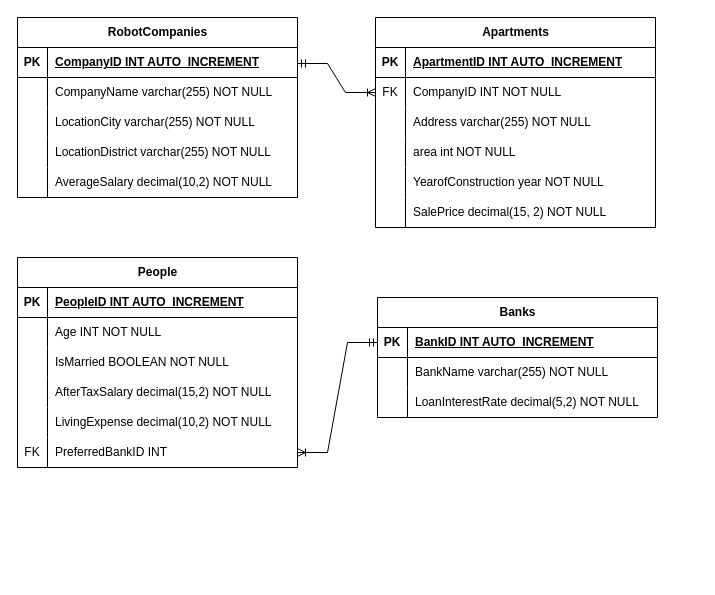
The draw.io diagram Home Sweet Home_new.drawio in Jubin-Kang/eda_team_project_hsh, before the edit. Source tidied: cells renumbered, new cells numbered last; positions are measured from the earlier drawing's top-left corner, leaving out a move shared by most shapes. Both pictures are drawn from the tidied source at 100%, with x=0, y=0 at pixel (17, 17).
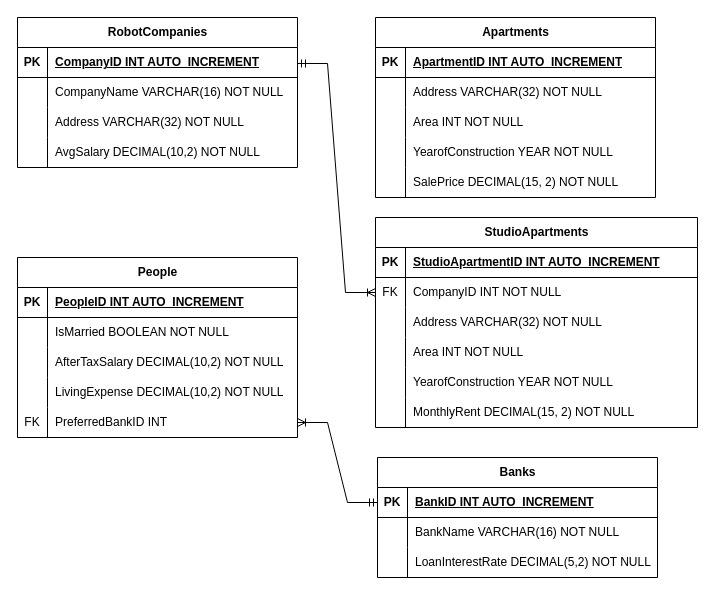
Above is the later version.

The change refers to these unchanged cells:
```xml
<mxCell id="6" style="shape=tableRow;horizontal=0;startSize=0;swimlaneHead=0;swimlaneBody=0;fillColor=none;top=0;left=0;right=0;bottom=0;" parent="2" vertex="1">
  <mxGeometry y="60" width="280" height="30" as="geometry" />
</mxCell>
<mxCell id="9" style="shape=tableRow;horizontal=0;startSize=0;swimlaneHead=0;swimlaneBody=0;fillColor=none;top=0;left=0;right=0;bottom=0;" parent="2" vertex="1">
  <mxGeometry y="90" width="280" height="30" as="geometry" />
</mxCell>
<mxCell id="61" style="shape=tableRow;horizontal=0;startSize=0;swimlaneHead=0;swimlaneBody=0;fillColor=none;top=0;left=0;right=0;bottom=0;" parent="57" vertex="1">
  <mxGeometry y="60" width="280" height="30" as="geometry" />
</mxCell>
<mxCell id="64" style="shape=tableRow;horizontal=0;startSize=0;swimlaneHead=0;swimlaneBody=0;fillColor=none;top=0;left=0;right=0;bottom=0;" parent="57" vertex="1">
  <mxGeometry y="90" width="280" height="30" as="geometry" />
</mxCell>
```

Diff of the diagram source:
```diff
@@
     <mxCell id="2" value="RobotCompanies" style="shape=table;startSize=30;childLayout=tableLayout;rowLines=0;fontStyle=1;align=center;html=1;" parent="1" vertex="1">
-      <mxGeometry width="280" height="180" as="geometry" />
+      <mxGeometry width="280" height="150" as="geometry" />
     </mxCell>
@@
-    <mxCell id="8" value="CompanyName varchar(255) NOT NULL" style="shape=partialRectangle;fillColor=none;top=0;left=0;bottom=0;right=0;align=left;spacingLeft=6;overflow=hidden;whiteSpace=wrap;html=1;" parent="6" vertex="1">
+    <mxCell id="8" value="CompanyName VARCHAR(16) NOT NULL" style="shape=partialRectangle;fillColor=none;top=0;left=0;bottom=0;right=0;align=left;spacingLeft=6;overflow=hidden;whiteSpace=wrap;html=1;" parent="6" vertex="1">
       <mxGeometry x="30" width="250" height="30" as="geometry" />
     </mxCell>
@@
-    <mxCell id="11" value="LocationCity varchar(255) NOT NULL" style="shape=partialRectangle;fillColor=none;top=0;left=0;bottom=0;right=0;align=left;spacingLeft=6;overflow=hidden;whiteSpace=wrap;html=1;" parent="9" vertex="1">
+    <mxCell id="11" value="Address VARCHAR(32) NOT NULL" style="shape=partialRectangle;fillColor=none;top=0;left=0;bottom=0;right=0;align=left;spacingLeft=6;overflow=hidden;whiteSpace=wrap;html=1;" parent="9" vertex="1">
       <mxGeometry x="30" width="250" height="30" as="geometry" />
     </mxCell>
-    <mxCell id="12" style="shape=tableRow;horizontal=0;startSize=0;swimlaneHead=0;swimlaneBody=0;fillColor=none;top=0;left=0;right=0;bottom=0;" parent="2" vertex="1">
-      <mxGeometry y="120" width="280" height="30" as="geometry" />
-    </mxCell>
-    <mxCell id="13" style="shape=partialRectangle;fillColor=none;top=0;left=0;bottom=0;right=0;overflow=hidden;whiteSpace=wrap;html=1;" parent="12" vertex="1">
-      <mxGeometry width="30" height="30" as="geometry" />
-    </mxCell>
-    <mxCell id="14" value="LocationDistrict varchar(255) NOT NULL" style="shape=partialRectangle;fillColor=none;top=0;left=0;bottom=0;right=0;align=left;spacingLeft=6;overflow=hidden;whiteSpace=wrap;html=1;" parent="12" vertex="1">
-      <mxGeometry x="30" width="250" height="30" as="geometry" />
-    </mxCell>
     <mxCell id="15" style="shape=tableRow;horizontal=0;startSize=0;swimlaneHead=0;swimlaneBody=0;fillColor=none;top=0;left=0;right=0;bottom=0;" parent="2" vertex="1">
-      <mxGeometry y="150" width="280" height="30" as="geometry" />
+      <mxGeometry y="120" width="280" height="30" as="geometry" />
     </mxCell>
@@
-    <mxCell id="17" value="AverageSalary decimal(10,2) NOT NULL" style="shape=partialRectangle;fillColor=none;top=0;left=0;bottom=0;right=0;align=left;spacingLeft=6;overflow=hidden;whiteSpace=wrap;html=1;" parent="15" vertex="1">
+    <mxCell id="17" value="AvgSalary DECIMAL(10,2) NOT NULL" style="shape=partialRectangle;fillColor=none;top=0;left=0;bottom=0;right=0;align=left;spacingLeft=6;overflow=hidden;whiteSpace=wrap;html=1;" parent="15" vertex="1">
       <mxGeometry x="30" width="250" height="30" as="geometry" />
     </mxCell>
     <mxCell id="18" value="Apartments" style="shape=table;startSize=30;childLayout=tableLayout;rowLines=0;fontStyle=1;align=center;html=1;" parent="1" vertex="1">
-      <mxGeometry x="358" width="280" height="210" as="geometry" />
+      <mxGeometry x="358" width="280" height="180" as="geometry" />
     </mxCell>
@@
-    <mxCell id="22" style="shape=tableRow;horizontal=0;startSize=0;swimlaneHead=0;swimlaneBody=0;fillColor=none;points=[[0,0.5],[1,0.5]];portConstraint=eastwest;top=0;left=0;right=0;bottom=0;" parent="18" vertex="1">
-      <mxGeometry y="60" width="280" height="30" as="geometry" />
-    </mxCell>
-    <mxCell id="23" value="FK" style="shape=partialRectangle;fillColor=none;top=0;left=0;bottom=0;right=0;overflow=hidden;whiteSpace=wrap;html=1;" parent="22" vertex="1">
-      <mxGeometry width="30" height="30" as="geometry" />
-    </mxCell>
-    <mxCell id="24" value="CompanyID INT NOT NULL" style="shape=partialRectangle;fillColor=none;top=0;left=0;bottom=0;right=0;align=left;spacingLeft=6;overflow=hidden;whiteSpace=wrap;html=1;" parent="22" vertex="1">
-      <mxGeometry x="30" width="250" height="30" as="geometry" />
-    </mxCell>
     <mxCell id="25" style="shape=tableRow;horizontal=0;startSize=0;swimlaneHead=0;swimlaneBody=0;fillColor=none;top=0;left=0;right=0;bottom=0;" parent="18" vertex="1">
-      <mxGeometry y="90" width="280" height="30" as="geometry" />
+      <mxGeometry y="60" width="280" height="30" as="geometry" />
     </mxCell>
@@
-    <mxCell id="27" value="Address varchar(255) NOT NULL" style="shape=partialRectangle;fillColor=none;top=0;left=0;bottom=0;right=0;align=left;spacingLeft=6;overflow=hidden;whiteSpace=wrap;html=1;" parent="25" vertex="1">
+    <mxCell id="27" value="Address VARCHAR(32) NOT NULL" style="shape=partialRectangle;fillColor=none;top=0;left=0;bottom=0;right=0;align=left;spacingLeft=6;overflow=hidden;whiteSpace=wrap;html=1;" parent="25" vertex="1">
       <mxGeometry x="30" width="250" height="30" as="geometry" />
     </mxCell>
     <mxCell id="28" style="shape=tableRow;horizontal=0;startSize=0;swimlaneHead=0;swimlaneBody=0;fillColor=none;top=0;left=0;right=0;bottom=0;" parent="18" vertex="1">
-      <mxGeometry y="120" width="280" height="30" as="geometry" />
+      <mxGeometry y="90" width="280" height="30" as="geometry" />
     </mxCell>
@@
-    <mxCell id="30" value="area int NOT NULL" style="shape=partialRectangle;fillColor=none;top=0;left=0;bottom=0;right=0;align=left;spacingLeft=6;overflow=hidden;whiteSpace=wrap;html=1;" parent="28" vertex="1">
+    <mxCell id="30" value="Area INT NOT NULL" style="shape=partialRectangle;fillColor=none;top=0;left=0;bottom=0;right=0;align=left;spacingLeft=6;overflow=hidden;whiteSpace=wrap;html=1;" parent="28" vertex="1">
       <mxGeometry x="30" width="250" height="30" as="geometry" />
     </mxCell>
     <mxCell id="31" style="shape=tableRow;horizontal=0;startSize=0;swimlaneHead=0;swimlaneBody=0;fillColor=none;top=0;left=0;right=0;bottom=0;" parent="18" vertex="1">
-      <mxGeometry y="150" width="280" height="30" as="geometry" />
+      <mxGeometry y="120" width="280" height="30" as="geometry" />
     </mxCell>
@@
-    <mxCell id="33" value="YearofConstruction year NOT NULL" style="shape=partialRectangle;fillColor=none;top=0;left=0;bottom=0;right=0;align=left;spacingLeft=6;overflow=hidden;whiteSpace=wrap;html=1;" parent="31" vertex="1">
+    <mxCell id="33" value="YearofConstruction YEAR NOT NULL" style="shape=partialRectangle;fillColor=none;top=0;left=0;bottom=0;right=0;align=left;spacingLeft=6;overflow=hidden;whiteSpace=wrap;html=1;" parent="31" vertex="1">
       <mxGeometry x="30" width="250" height="30" as="geometry" />
     </mxCell>
     <mxCell id="34" style="shape=tableRow;horizontal=0;startSize=0;swimlaneHead=0;swimlaneBody=0;fillColor=none;top=0;left=0;right=0;bottom=0;" parent="18" vertex="1">
-      <mxGeometry y="180" width="280" height="30" as="geometry" />
+      <mxGeometry y="150" width="280" height="30" as="geometry" />
     </mxCell>
@@
-    <mxCell id="36" value="SalePrice decimal(15, 2) NOT NULL" style="shape=partialRectangle;fillColor=none;top=0;left=0;bottom=0;right=0;align=left;spacingLeft=6;overflow=hidden;whiteSpace=wrap;html=1;" parent="34" vertex="1">
+    <mxCell id="36" value="SalePrice DECIMAL(15, 2) NOT NULL" style="shape=partialRectangle;fillColor=none;top=0;left=0;bottom=0;right=0;align=left;spacingLeft=6;overflow=hidden;whiteSpace=wrap;html=1;" parent="34" vertex="1">
       <mxGeometry x="30" width="250" height="30" as="geometry" />
     </mxCell>
-    <mxCell id="37" style="edgeStyle=entityRelationEdgeStyle;fontSize=12;html=1;endArrow=ERoneToMany;startArrow=ERmandOne;rounded=0;exitX=1;exitY=0.5;exitDx=0;exitDy=0;entryX=0;entryY=0.5;entryDx=0;entryDy=0;" parent="1" edge="1" target="22">
+    <mxCell id="37" style="edgeStyle=entityRelationEdgeStyle;fontSize=12;html=1;endArrow=ERoneToMany;startArrow=ERmandOne;rounded=0;exitX=1;exitY=0.5;exitDx=0;exitDy=0;entryX=0;entryY=0.5;entryDx=0;entryDy=0;" parent="1" edge="1" target="72">
       <mxGeometry relative="1" as="geometry">
         <mxPoint x="280" y="46" as="sourcePoint" />
         <Array as="points">
           <mxPoint x="290" y="46" />
           <mxPoint x="290" y="56" />
         </Array>
       </mxGeometry>
     </mxCell>
     <mxCell id="38" value="People" style="shape=table;startSize=30;childLayout=tableLayout;rowLines=0;fontStyle=1;align=center;html=1;" parent="1" vertex="1">
-      <mxGeometry y="240" width="280" height="210" as="geometry" />
+      <mxGeometry y="240" width="280" height="180" as="geometry" />
     </mxCell>
@@
-    <mxCell id="42" style="shape=tableRow;horizontal=0;startSize=0;swimlaneHead=0;swimlaneBody=0;fillColor=none;top=0;left=0;right=0;bottom=0;" parent="38" vertex="1">
-      <mxGeometry y="60" width="280" height="30" as="geometry" />
-    </mxCell>
-    <mxCell id="43" style="shape=partialRectangle;fillColor=none;top=0;left=0;bottom=0;right=0;overflow=hidden;whiteSpace=wrap;html=1;" parent="42" vertex="1">
-      <mxGeometry width="30" height="30" as="geometry" />
-    </mxCell>
-    <mxCell id="44" value="Age INT NOT NULL" style="shape=partialRectangle;fillColor=none;top=0;left=0;bottom=0;right=0;align=left;spacingLeft=6;overflow=hidden;whiteSpace=wrap;html=1;" parent="42" vertex="1">
-      <mxGeometry x="30" width="250" height="30" as="geometry" />
-    </mxCell>
     <mxCell id="45" style="shape=tableRow;horizontal=0;startSize=0;swimlaneHead=0;swimlaneBody=0;fillColor=none;top=0;left=0;right=0;bottom=0;" parent="38" vertex="1">
-      <mxGeometry y="90" width="280" height="30" as="geometry" />
+      <mxGeometry y="60" width="280" height="30" as="geometry" />
     </mxCell>
@@
     <mxCell id="48" style="shape=tableRow;horizontal=0;startSize=0;swimlaneHead=0;swimlaneBody=0;fillColor=none;top=0;left=0;right=0;bottom=0;" parent="38" vertex="1">
-      <mxGeometry y="120" width="280" height="30" as="geometry" />
+      <mxGeometry y="90" width="280" height="30" as="geometry" />
     </mxCell>
@@
-    <mxCell id="50" value="AfterTaxSalary decimal(15,2) NOT NULL" style="shape=partialRectangle;fillColor=none;top=0;left=0;bottom=0;right=0;align=left;spacingLeft=6;overflow=hidden;whiteSpace=wrap;html=1;" parent="48" vertex="1">
+    <mxCell id="50" value="AfterTaxSalary DECIMAL(10,2) NOT NULL" style="shape=partialRectangle;fillColor=none;top=0;left=0;bottom=0;right=0;align=left;spacingLeft=6;overflow=hidden;whiteSpace=wrap;html=1;" parent="48" vertex="1">
       <mxGeometry x="30" width="250" height="30" as="geometry" />
     </mxCell>
     <mxCell id="51" style="shape=tableRow;horizontal=0;startSize=0;swimlaneHead=0;swimlaneBody=0;fillColor=none;top=0;left=0;right=0;bottom=0;" parent="38" vertex="1">
-      <mxGeometry y="150" width="280" height="30" as="geometry" />
+      <mxGeometry y="120" width="280" height="30" as="geometry" />
     </mxCell>
@@
-    <mxCell id="53" value="LivingExpense decimal(10,2) NOT NULL" style="shape=partialRectangle;fillColor=none;top=0;left=0;bottom=0;right=0;align=left;spacingLeft=6;overflow=hidden;whiteSpace=wrap;html=1;" parent="51" vertex="1">
+    <mxCell id="53" value="LivingExpense DECIMAL(10,2) NOT NULL" style="shape=partialRectangle;fillColor=none;top=0;left=0;bottom=0;right=0;align=left;spacingLeft=6;overflow=hidden;whiteSpace=wrap;html=1;" parent="51" vertex="1">
       <mxGeometry x="30" width="250" height="30" as="geometry" />
     </mxCell>
     <mxCell id="54" style="shape=tableRow;horizontal=0;startSize=0;swimlaneHead=0;swimlaneBody=0;fillColor=none;points=[[0,0.5],[1,0.5]];portConstraint=eastwest;top=0;left=0;right=0;bottom=0;" parent="38" vertex="1">
-      <mxGeometry y="180" width="280" height="30" as="geometry" />
+      <mxGeometry y="150" width="280" height="30" as="geometry" />
     </mxCell>
@@
     <mxCell id="57" value="Banks" style="shape=table;startSize=30;childLayout=tableLayout;rowLines=0;fontStyle=1;align=center;html=1;" parent="1" vertex="1">
-      <mxGeometry x="360" y="280" width="280" height="120" as="geometry" />
+      <mxGeometry x="360" y="440" width="280" height="120" as="geometry" />
     </mxCell>
@@
-    <mxCell id="63" value="BankName varchar(255) NOT NULL" style="shape=partialRectangle;fillColor=none;top=0;left=0;bottom=0;right=0;align=left;spacingLeft=6;overflow=hidden;whiteSpace=wrap;html=1;" parent="61" vertex="1">
+    <mxCell id="63" value="BankName VARCHAR(16) NOT NULL" style="shape=partialRectangle;fillColor=none;top=0;left=0;bottom=0;right=0;align=left;spacingLeft=6;overflow=hidden;whiteSpace=wrap;html=1;" parent="61" vertex="1">
       <mxGeometry x="30" width="250" height="30" as="geometry" />
     </mxCell>
@@
-    <mxCell id="66" value="LoanInterestRate decimal(5,2) NOT NULL" style="shape=partialRectangle;fillColor=none;top=0;left=0;bottom=0;right=0;align=left;spacingLeft=6;overflow=hidden;whiteSpace=wrap;html=1;" parent="64" vertex="1">
+    <mxCell id="66" value="LoanInterestRate DECIMAL(5,2) NOT NULL" style="shape=partialRectangle;fillColor=none;top=0;left=0;bottom=0;right=0;align=left;spacingLeft=6;overflow=hidden;whiteSpace=wrap;html=1;" parent="64" vertex="1">
       <mxGeometry x="30" width="250" height="30" as="geometry" />
     </mxCell>
@@
+    <mxCell id="68" value="StudioApartments" style="shape=table;startSize=30;childLayout=tableLayout;rowLines=0;fontStyle=1;align=center;html=1;" parent="1" vertex="1">
+      <mxGeometry x="358" y="200" width="322" height="210" as="geometry" />
+    </mxCell>
+    <mxCell id="69" style="shape=tableRow;horizontal=0;startSize=0;swimlaneHead=0;swimlaneBody=0;fillColor=none;top=0;left=0;right=0;bottom=1;" parent="68" vertex="1">
+      <mxGeometry y="30" width="322" height="30" as="geometry" />
+    </mxCell>
+    <mxCell id="70" value="PK" style="shape=partialRectangle;fillColor=none;top=0;left=0;bottom=0;right=0;fontStyle=1;overflow=hidden;whiteSpace=wrap;html=1;" parent="69" vertex="1">
+      <mxGeometry width="30" height="30" as="geometry" />
+    </mxCell>
+    <mxCell id="71" value="StudioApartmentID INT AUTO_INCREMENT" style="shape=partialRectangle;fillColor=none;top=0;left=0;bottom=0;right=0;align=left;spacingLeft=6;fontStyle=5;overflow=hidden;whiteSpace=wrap;html=1;" parent="69" vertex="1">
+      <mxGeometry x="30" width="292" height="30" as="geometry" />
+    </mxCell>
+    <mxCell id="72" style="shape=tableRow;horizontal=0;startSize=0;swimlaneHead=0;swimlaneBody=0;fillColor=none;points=[[0,0.5],[1,0.5]];portConstraint=eastwest;top=0;left=0;right=0;bottom=0;" parent="68" vertex="1">
+      <mxGeometry y="60" width="322" height="30" as="geometry" />
+    </mxCell>
+    <mxCell id="23" value="FK" style="shape=partialRectangle;fillColor=none;top=0;left=0;bottom=0;right=0;overflow=hidden;whiteSpace=wrap;html=1;" parent="72" vertex="1">
+      <mxGeometry width="30" height="30" as="geometry" />
+    </mxCell>
+    <mxCell id="24" value="CompanyID INT NOT NULL" style="shape=partialRectangle;fillColor=none;top=0;left=0;bottom=0;right=0;align=left;spacingLeft=6;overflow=hidden;whiteSpace=wrap;html=1;" parent="72" vertex="1">
+      <mxGeometry x="30" width="292" height="30" as="geometry" />
+    </mxCell>
+    <mxCell id="73" style="shape=tableRow;horizontal=0;startSize=0;swimlaneHead=0;swimlaneBody=0;fillColor=none;top=0;left=0;right=0;bottom=0;" parent="68" vertex="1">
+      <mxGeometry y="90" width="322" height="30" as="geometry" />
+    </mxCell>
+    <mxCell id="74" style="shape=partialRectangle;fillColor=none;top=0;left=0;bottom=0;right=0;overflow=hidden;whiteSpace=wrap;html=1;" parent="73" vertex="1">
+      <mxGeometry width="30" height="30" as="geometry" />
+    </mxCell>
+    <mxCell id="75" value="Address VARCHAR(32) NOT NULL" style="shape=partialRectangle;fillColor=none;top=0;left=0;bottom=0;right=0;align=left;spacingLeft=6;overflow=hidden;whiteSpace=wrap;html=1;" parent="73" vertex="1">
+      <mxGeometry x="30" width="292" height="30" as="geometry" />
+    </mxCell>
+    <mxCell id="76" style="shape=tableRow;horizontal=0;startSize=0;swimlaneHead=0;swimlaneBody=0;fillColor=none;top=0;left=0;right=0;bottom=0;" parent="68" vertex="1">
+      <mxGeometry y="120" width="322" height="30" as="geometry" />
+    </mxCell>
+    <mxCell id="77" style="shape=partialRectangle;fillColor=none;top=0;left=0;bottom=0;right=0;overflow=hidden;whiteSpace=wrap;html=1;" parent="76" vertex="1">
+      <mxGeometry width="30" height="30" as="geometry" />
+    </mxCell>
+    <mxCell id="78" value="Area INT NOT NULL" style="shape=partialRectangle;fillColor=none;top=0;left=0;bottom=0;right=0;align=left;spacingLeft=6;overflow=hidden;whiteSpace=wrap;html=1;" parent="76" vertex="1">
+      <mxGeometry x="30" width="292" height="30" as="geometry" />
+    </mxCell>
+    <mxCell id="79" style="shape=tableRow;horizontal=0;startSize=0;swimlaneHead=0;swimlaneBody=0;fillColor=none;top=0;left=0;right=0;bottom=0;" parent="68" vertex="1">
+      <mxGeometry y="150" width="322" height="30" as="geometry" />
+    </mxCell>
+    <mxCell id="80" style="shape=partialRectangle;fillColor=none;top=0;left=0;bottom=0;right=0;overflow=hidden;whiteSpace=wrap;html=1;" parent="79" vertex="1">
+      <mxGeometry width="30" height="30" as="geometry" />
+    </mxCell>
+    <mxCell id="81" value="YearofConstruction YEAR NOT NULL" style="shape=partialRectangle;fillColor=none;top=0;left=0;bottom=0;right=0;align=left;spacingLeft=6;overflow=hidden;whiteSpace=wrap;html=1;" parent="79" vertex="1">
+      <mxGeometry x="30" width="292" height="30" as="geometry" />
+    </mxCell>
+    <mxCell id="82" style="shape=tableRow;horizontal=0;startSize=0;swimlaneHead=0;swimlaneBody=0;fillColor=none;top=0;left=0;right=0;bottom=0;" parent="68" vertex="1">
+      <mxGeometry y="180" width="322" height="30" as="geometry" />
+    </mxCell>
+    <mxCell id="83" style="shape=partialRectangle;fillColor=none;top=0;left=0;bottom=0;right=0;overflow=hidden;whiteSpace=wrap;html=1;" parent="82" vertex="1">
+      <mxGeometry width="30" height="30" as="geometry" />
+    </mxCell>
+    <mxCell id="84" value="MonthlyRent DECIMAL(15, 2) NOT NULL" style="shape=partialRectangle;fillColor=none;top=0;left=0;bottom=0;right=0;align=left;spacingLeft=6;overflow=hidden;whiteSpace=wrap;html=1;" parent="82" vertex="1">
+      <mxGeometry x="30" width="292" height="30" as="geometry" />
+    </mxCell>
```
